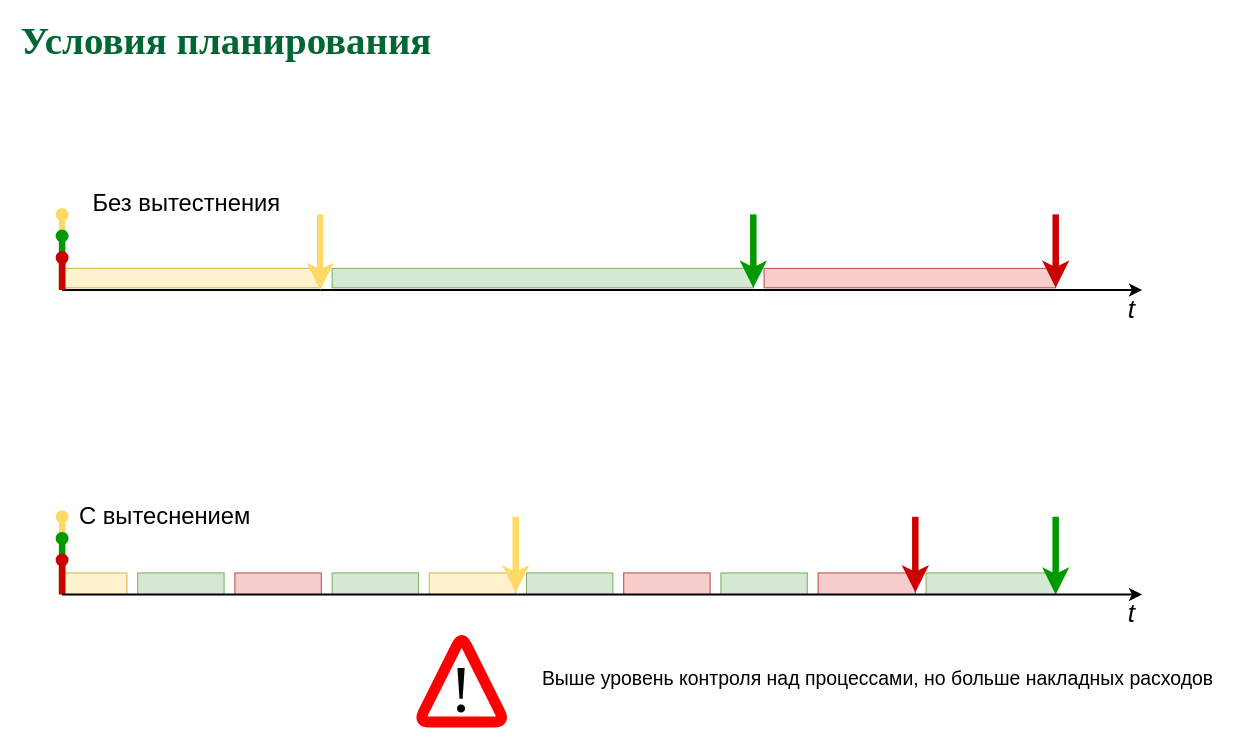
77maxikov/os_course keeps this draw.io diagram as page "Sched - preemp" (2 of 10) of slides/sched.drawio. Above is the earlier version. Source tidied: cells renumbered, new cells numbered last; positions are measured from the earlier drawing's top-left corner, leaving out a move shared by most shapes. Both pictures are drawn from the tidied source at 108%, with x=0, y=0 at pixel (18, 30).
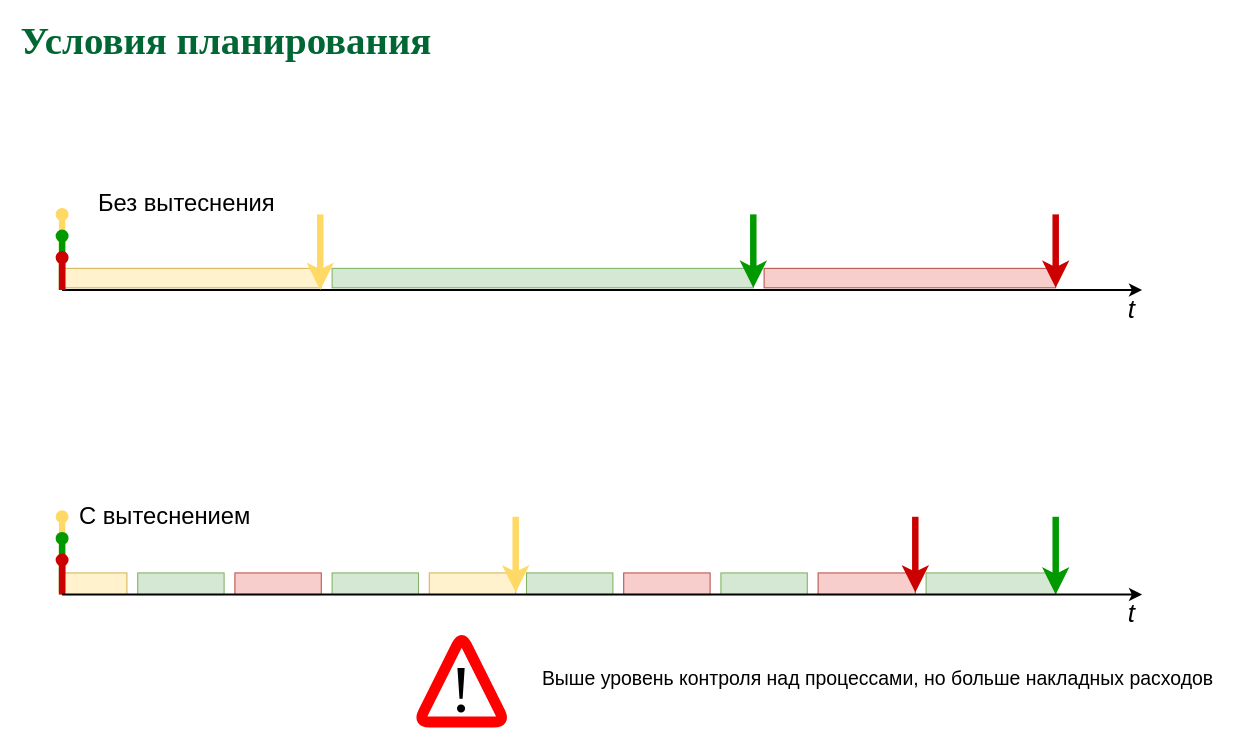
After the change.

What changed in the source:
```diff
@@
-    <mxCell id="32" value="&lt;font style=&quot;font-size: 22px&quot;&gt;Без вытестнения&lt;/font&gt;" style="text;html=1;align=center;verticalAlign=middle;" parent="1" vertex="1">
-      <mxGeometry x="60" y="150" width="190" height="20" as="geometry" />
+    <mxCell id="32" value="&lt;font style=&quot;font-size: 22px&quot;&gt;Без вытеснения&lt;/font&gt;" style="text;html=1;align=center;verticalAlign=middle;" parent="1" vertex="1">
+      <mxGeometry x="65" y="150" width="180" height="20" as="geometry" />
     </mxCell>
```
